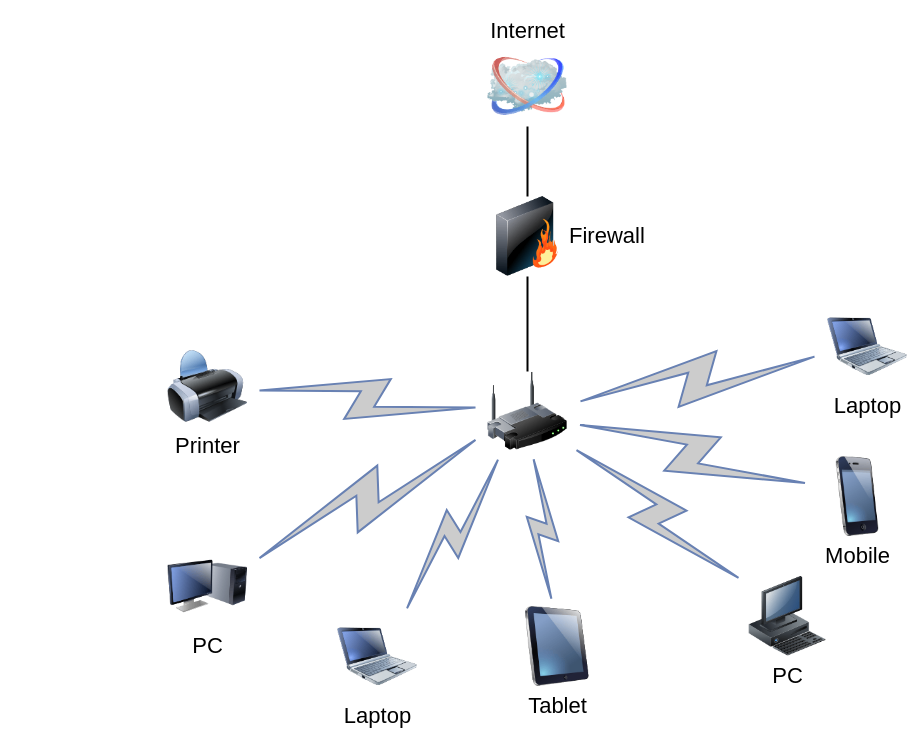
Before: Untitled Diagram.drawio in PeakSanchez/.io, a draw.io diagram. Source tidied: cells renumbered, new cells numbered last; positions are measured from the earlier drawing's top-left corner, leaving out a move shared by most shapes. Both pictures are drawn from the tidied source at 100%, with x=0, y=0 at pixel (167, 46).
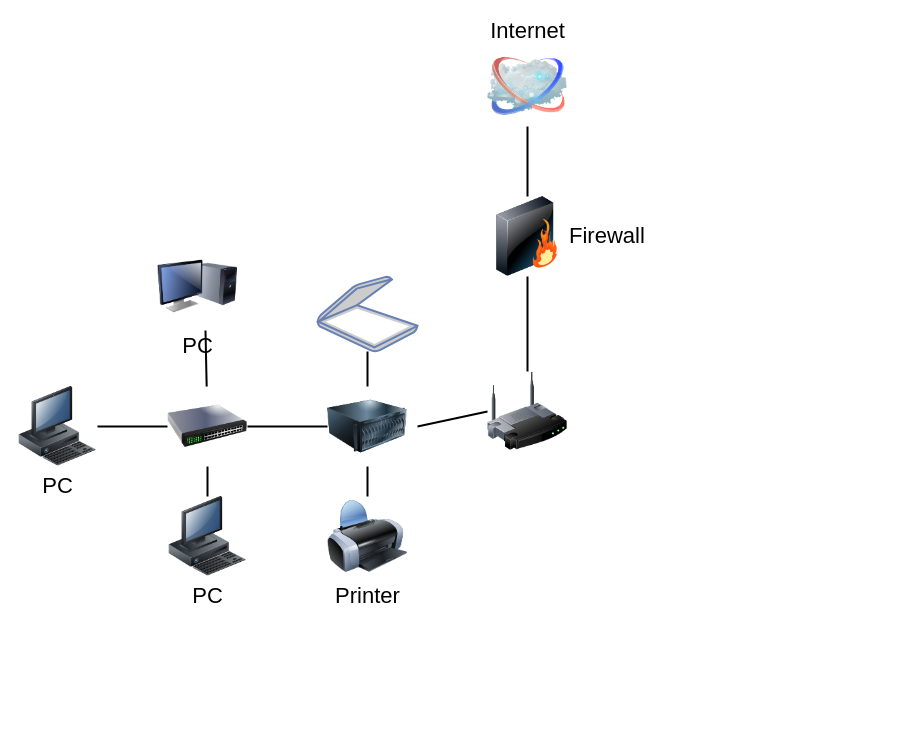
Above is the later version.

Unchanged cells that the change refers to:
```xml
<mxCell id="3" style="image;html=1;labelBackgroundColor=#ffffff;image=img/lib/clip_art/networking/Wireless_Router_128x128.png;rounded=1;shadow=0;comic=0;strokeWidth=2;fontSize=22;" parent="1" vertex="1">
  <mxGeometry x="320" y="325" width="80" height="80" as="geometry" />
</mxCell>
```

Diff of the diagram source:
```diff
@@
-    <mxCell id="7" value="Tablet" style="image;html=1;labelBackgroundColor=#ffffff;image=img/lib/clip_art/computers/iPad_128x128.png;rounded=1;shadow=0;comic=0;strokeWidth=2;fontSize=22;" parent="1" vertex="1">
-      <mxGeometry x="350" y="560" width="80" height="80" as="geometry" />
-    </mxCell>
     <mxCell id="8" value="PC" style="image;html=1;labelBackgroundColor=#ffffff;image=img/lib/clip_art/computers/Monitor_Tower_128x128.png;rounded=1;shadow=0;comic=0;strokeWidth=2;fontSize=22;" parent="1" vertex="1">
-      <mxGeometry y="500" width="80" height="80" as="geometry" />
+      <mxGeometry x="-10" y="200" width="80" height="80" as="geometry" />
     </mxCell>
     <mxCell id="9" value="Printer" style="image;html=1;labelBackgroundColor=#ffffff;image=img/lib/clip_art/computers/Printer_128x128.png;rounded=1;shadow=0;comic=0;strokeWidth=2;fontSize=22;" parent="1" vertex="1">
-      <mxGeometry y="300" width="80" height="80" as="geometry" />
+      <mxGeometry x="160" y="450" width="80" height="80" as="geometry" />
     </mxCell>
     <mxCell id="10" value="PC" style="image;html=1;labelBackgroundColor=#ffffff;image=img/lib/clip_art/computers/Workstation_128x128.png;rounded=1;shadow=0;comic=0;strokeWidth=2;fontSize=22;" parent="1" vertex="1">
-      <mxGeometry x="580" y="530" width="80" height="80" as="geometry" />
+      <mxGeometry y="450" width="80" height="80" as="geometry" />
     </mxCell>
-    <mxCell id="11" value="Mobile" style="image;html=1;labelBackgroundColor=#ffffff;image=img/lib/clip_art/telecommunication/iPhone_128x128.png;rounded=1;shadow=0;comic=0;strokeWidth=2;fontSize=22;" parent="1" vertex="1">
-      <mxGeometry x="650" y="410" width="80" height="80" as="geometry" />
-    </mxCell>
-    <mxCell id="12" value="Laptop" style="image;html=1;labelBackgroundColor=#ffffff;image=img/lib/clip_art/computers/Netbook_128x128.png;rounded=1;shadow=0;comic=0;strokeColor=#000000;strokeWidth=2;fillColor=#FFFFFF;fontSize=22;fontColor=#000000;" parent="1" vertex="1">
-      <mxGeometry x="660" y="260" width="80" height="80" as="geometry" />
-    </mxCell>
-    <mxCell id="13" value="Laptop" style="image;html=1;labelBackgroundColor=#ffffff;image=img/lib/clip_art/computers/Netbook_128x128.png;rounded=1;shadow=0;comic=0;strokeWidth=2;fontSize=22;" parent="1" vertex="1">
-      <mxGeometry x="170" y="570" width="80" height="80" as="geometry" />
-    </mxCell>
-    <mxCell id="14" style="html=1;fillColor=#CCCCCC;strokeColor=#6881B3;gradientColor=none;gradientDirection=north;strokeWidth=2;shape=mxgraph.networks.comm_link_edge;html=1;labelBackgroundColor=none;endArrow=none;fontFamily=Verdana;fontSize=22;fontColor=#000000;" parent="1" edge="1" source="9" target="3">
-      <mxGeometry relative="1" as="geometry" />
-    </mxCell>
-    <mxCell id="15" style="html=1;fillColor=#CCCCCC;strokeColor=#6881B3;gradientColor=none;gradientDirection=north;strokeWidth=2;shape=mxgraph.networks.comm_link_edge;html=1;labelBackgroundColor=none;endArrow=none;fontFamily=Verdana;fontSize=22;fontColor=#000000;fontStyle=1;" parent="1" edge="1" source="8" target="3">
-      <mxGeometry relative="1" as="geometry" />
-    </mxCell>
-    <mxCell id="16" style="html=1;fillColor=#CCCCCC;strokeColor=#6881B3;gradientColor=none;gradientDirection=north;strokeWidth=2;shape=mxgraph.networks.comm_link_edge;html=1;labelBackgroundColor=none;endArrow=none;fontFamily=Verdana;fontSize=22;fontColor=#000000;" parent="1" edge="1" source="13" target="3">
-      <mxGeometry relative="1" as="geometry" />
-    </mxCell>
-    <mxCell id="17" style="html=1;fillColor=#CCCCCC;strokeColor=#6881B3;gradientColor=none;gradientDirection=north;strokeWidth=2;shape=mxgraph.networks.comm_link_edge;html=1;labelBackgroundColor=none;endArrow=none;fontFamily=Verdana;fontSize=22;fontColor=#000000;" parent="1" edge="1" source="7" target="3">
-      <mxGeometry relative="1" as="geometry" />
-    </mxCell>
-    <mxCell id="18" style="html=1;fillColor=#CCCCCC;strokeColor=#6881B3;gradientColor=none;gradientDirection=north;strokeWidth=2;shape=mxgraph.networks.comm_link_edge;html=1;labelBackgroundColor=none;endArrow=none;fontFamily=Verdana;fontSize=22;fontColor=#000000;" parent="1" edge="1" source="10" target="3">
-      <mxGeometry relative="1" as="geometry" />
-    </mxCell>
-    <mxCell id="19" style="html=1;fillColor=#CCCCCC;strokeColor=#6881B3;gradientColor=none;gradientDirection=north;strokeWidth=2;shape=mxgraph.networks.comm_link_edge;html=1;labelBackgroundColor=none;endArrow=none;fontFamily=Verdana;fontSize=22;fontColor=#000000;" parent="1" edge="1" source="11" target="3">
-      <mxGeometry relative="1" as="geometry" />
-    </mxCell>
-    <mxCell id="20" style="html=1;fillColor=#CCCCCC;strokeColor=#6881B3;gradientColor=none;gradientDirection=north;strokeWidth=2;shape=mxgraph.networks.comm_link_edge;html=1;labelBackgroundColor=none;endArrow=none;fontFamily=Verdana;fontSize=22;fontColor=#000000;" parent="1" edge="1" source="12" target="3">
-      <mxGeometry relative="1" as="geometry" />
-    </mxCell>
+    <mxCell id="21" style="image;html=1;image=img/lib/clip_art/computers/Server_128x128.png;" parent="1" vertex="1">
+      <mxGeometry x="160" y="340" width="80" height="80" as="geometry" />
+    </mxCell>
+    <mxCell id="22" style="fontColor=#0066CC;verticalAlign=top;verticalLabelPosition=bottom;labelPosition=center;align=center;html=1;outlineConnect=0;fillColor=#CCCCCC;strokeColor=#6881B3;gradientColor=none;gradientDirection=north;strokeWidth=2;shape=mxgraph.networks.scanner;" parent="1" vertex="1">
+      <mxGeometry x="150" y="230" width="100" height="75" as="geometry" />
+    </mxCell>
+    <mxCell id="23" style="edgeStyle=none;rounded=0;html=1;labelBackgroundColor=none;endArrow=none;strokeWidth=2;fontFamily=Verdana;fontSize=22;exitX=0.5;exitY=0;exitDx=0;exitDy=0;" parent="1" edge="1" source="21" target="22">
+      <mxGeometry relative="1" as="geometry" />
+    </mxCell>
+    <mxCell id="24" style="edgeStyle=none;rounded=0;html=1;labelBackgroundColor=none;endArrow=none;strokeWidth=2;fontFamily=Verdana;fontSize=22;entryX=0.5;entryY=1;entryDx=0;entryDy=0;exitX=0.5;exitY=0;exitDx=0;exitDy=0;" parent="1" edge="1" source="9" target="21">
+      <mxGeometry relative="1" as="geometry" />
+    </mxCell>
+    <mxCell id="25" style="image;html=1;image=img/lib/clip_art/networking/Switch_128x128.png;" parent="1" vertex="1">
+      <mxGeometry y="340" width="80" height="80" as="geometry" />
+    </mxCell>
+    <mxCell id="26" style="edgeStyle=none;rounded=0;html=1;labelBackgroundColor=none;endArrow=none;strokeWidth=2;fontFamily=Verdana;fontSize=22;entryX=0.6;entryY=1.05;entryDx=0;entryDy=0;entryPerimeter=0;" parent="1" edge="1" source="25" target="8">
+      <mxGeometry relative="1" as="geometry" />
+    </mxCell>
+    <mxCell id="27" style="edgeStyle=none;rounded=0;html=1;labelBackgroundColor=none;endArrow=none;strokeWidth=2;fontFamily=Verdana;fontSize=22;entryX=0.5;entryY=0;entryDx=0;entryDy=0;exitX=0.5;exitY=1;exitDx=0;exitDy=0;" parent="1" edge="1" source="25" target="10">
+      <mxGeometry relative="1" as="geometry" />
+    </mxCell>
+    <mxCell id="28" value="PC" style="image;html=1;labelBackgroundColor=#ffffff;image=img/lib/clip_art/computers/Workstation_128x128.png;rounded=1;shadow=0;comic=0;strokeWidth=2;fontSize=22;" parent="1" vertex="1">
+      <mxGeometry x="-150" y="340" width="80" height="80" as="geometry" />
+    </mxCell>
+    <mxCell id="29" style="edgeStyle=none;rounded=0;html=1;labelBackgroundColor=none;endArrow=none;strokeWidth=2;fontFamily=Verdana;fontSize=22;exitX=1;exitY=0.5;exitDx=0;exitDy=0;entryX=0;entryY=0.5;entryDx=0;entryDy=0;" parent="1" edge="1" source="28" target="25">
+      <mxGeometry relative="1" as="geometry" />
+    </mxCell>
+    <mxCell id="30" style="edgeStyle=none;rounded=0;html=1;labelBackgroundColor=none;endArrow=none;strokeWidth=2;fontFamily=Verdana;fontSize=22;exitX=0;exitY=0.5;exitDx=0;exitDy=0;" parent="1" edge="1" source="3">
+      <mxGeometry relative="1" as="geometry">
+        <mxPoint x="250" y="380" as="targetPoint" />
+      </mxGeometry>
+    </mxCell>
+    <mxCell id="31" style="edgeStyle=none;rounded=0;html=1;labelBackgroundColor=none;endArrow=none;strokeWidth=2;fontFamily=Verdana;fontSize=22;entryX=0;entryY=0.5;entryDx=0;entryDy=0;exitX=1;exitY=0.5;exitDx=0;exitDy=0;" parent="1" edge="1" source="25" target="21">
+      <mxGeometry relative="1" as="geometry" />
+    </mxCell>
```
